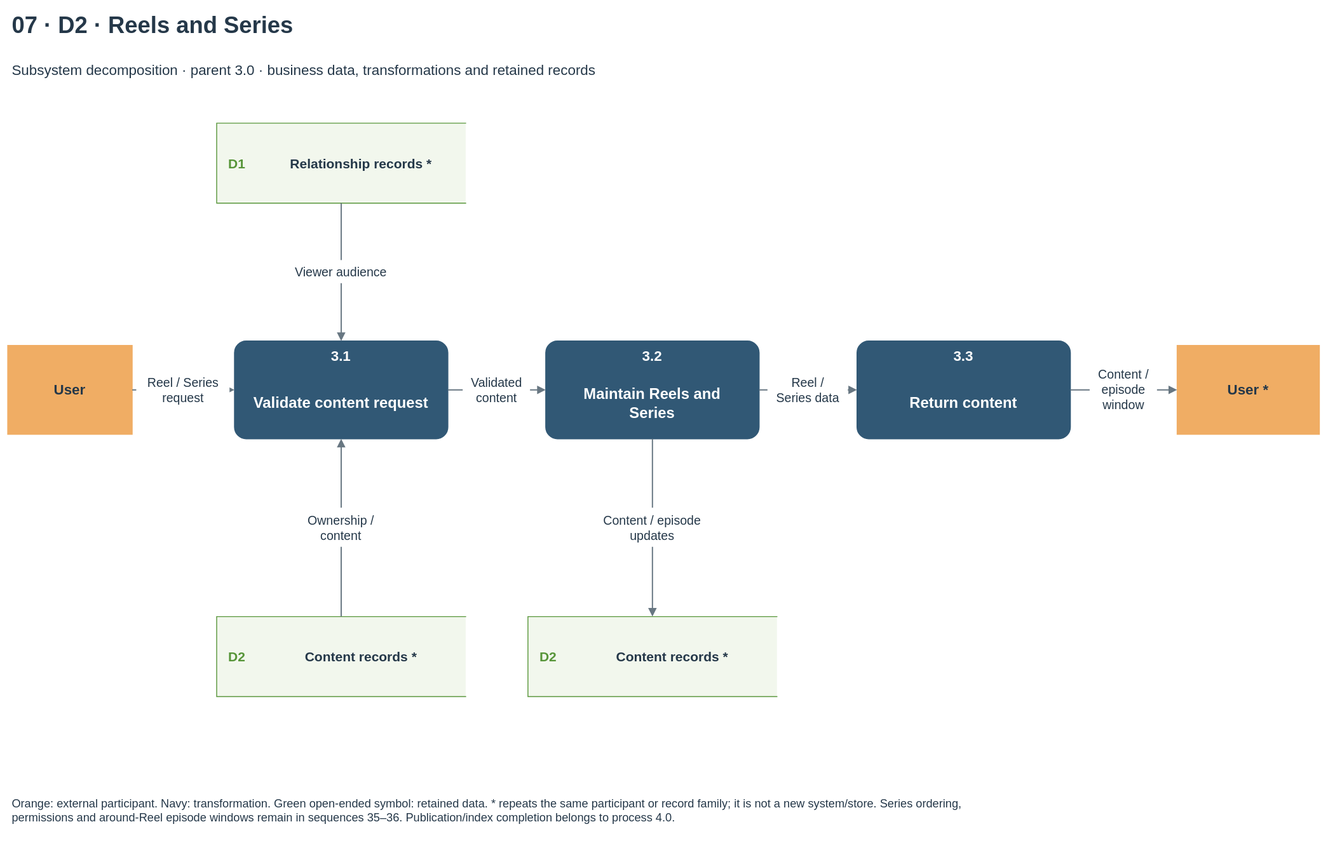
Before: docs/diagrams/velora-current/importable-svg/07-dfd-content.drawio.svg, a diagram exported from draw.io (HieuCuteDangYeu/velora-backend). Source tidied: cells renumbered, new cells last; positions are measured from the earlier drawing's top-left corner, leaving out a move shared by most shapes.
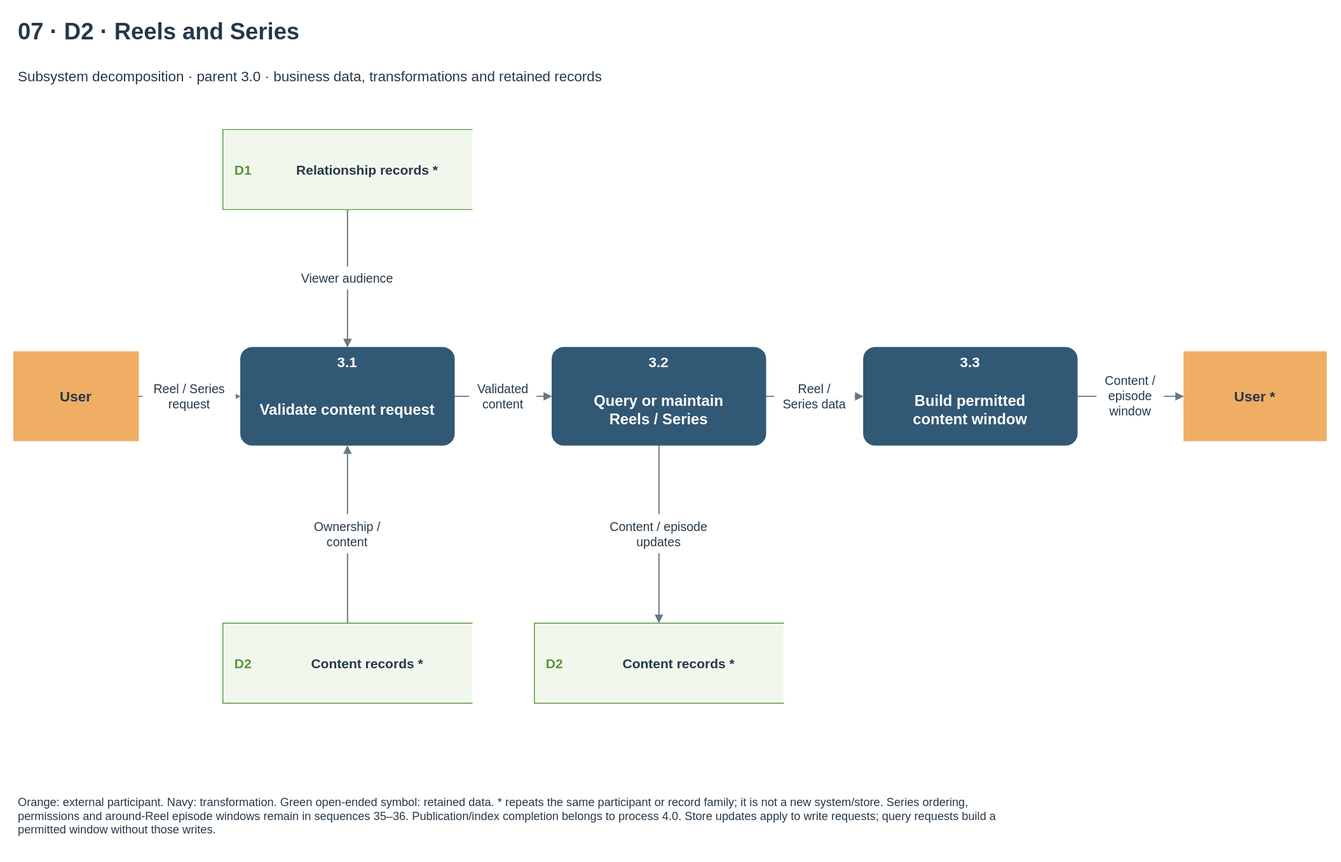
After the commit.

Diff of the diagram source:
```diff
@@ -23,7 +23,7 @@
     <mxCell id="8" value="3.2" style="text;html=1;whiteSpace=wrap;fontFamily=Arial;fontSize=16;fontColor=white;fontStyle=1;align=center;verticalAlign=middle;spacing=0;" parent="7" vertex="1">
       <mxGeometry x="5" y="4" width="230" height="25" as="geometry" />
     </mxCell>
-    <mxCell id="9" value="Maintain Reels and&lt;br&gt;Series" style="text;html=1;whiteSpace=wrap;fontFamily=Arial;fontSize=17;fontColor=white;fontStyle=1;align=center;verticalAlign=middle;spacing=0;" parent="7" vertex="1">
+    <mxCell id="9" value="Query or maintain&lt;br&gt;Reels / Series" style="text;html=1;whiteSpace=wrap;fontFamily=Arial;fontSize=17;fontColor=white;fontStyle=1;align=center;verticalAlign=middle;spacing=0;" parent="7" vertex="1">
       <mxGeometry x="8" y="36" width="224" height="70" as="geometry" />
     </mxCell>
     <mxCell id="10" style="rounded=1;arcSize=12;fillColor=#315875;strokeColor=#315875;dashed=0;whiteSpace=wrap;" parent="1" vertex="1">
@@ -32,7 +32,7 @@
     <mxCell id="11" value="3.3" style="text;html=1;whiteSpace=wrap;fontFamily=Arial;fontSize=16;fontColor=white;fontStyle=1;align=center;verticalAlign=middle;spacing=0;" parent="10" vertex="1">
       <mxGeometry x="5" y="4" width="230" height="25" as="geometry" />
     </mxCell>
-    <mxCell id="12" value="Return content" style="text;html=1;whiteSpace=wrap;fontFamily=Arial;fontSize=17;fontColor=white;fontStyle=1;align=center;verticalAlign=middle;spacing=0;" parent="10" vertex="1">
+    <mxCell id="12" value="Build permitted&lt;br&gt;content window" style="text;html=1;whiteSpace=wrap;fontFamily=Arial;fontSize=17;fontColor=white;fontStyle=1;align=center;verticalAlign=middle;spacing=0;" parent="10" vertex="1">
       <mxGeometry x="8" y="36" width="224" height="70" as="geometry" />
     </mxCell>
     <mxCell id="13" style="rounded=0;arcSize=12;fillColor=#f0ad64;strokeColor=#f0ad64;dashed=0;whiteSpace=wrap;" parent="1" vertex="1">
@@ -137,8 +137,8 @@
     <mxCell id="46" value="Content / episode&lt;br&gt;updates" style="text;html=1;whiteSpace=wrap;fontFamily=Arial;fontSize=14;fontColor=#253849;fontStyle=0;align=center;verticalAlign=middle;spacing=0;" parent="1" vertex="1">
       <mxGeometry x="658" y="563" width="134.1" height="44" as="geometry" />
     </mxCell>
-    <mxCell id="47" value="Orange: external participant. Navy: transformation. Green open-ended symbol: retained data. * repeats the same participant or record family; it is not a new system/store. Series ordering,&lt;br&gt;permissions and around-Reel episode windows remain in sequences 35–36. Publication/index completion belongs to process 4.0." style="text;html=1;whiteSpace=wrap;fontFamily=Arial;fontSize=13;fontColor=#253849;fontStyle=0;align=left;verticalAlign=middle;spacing=0;" parent="1" vertex="1">
-      <mxGeometry x="5" y="865" width="1460" height="75" as="geometry" />
+    <mxCell id="47" value="Orange: external participant. Navy: transformation. Green open-ended symbol: retained data. * repeats the same participant or record family; it is not a new system/store. Series ordering,&lt;br&gt;permissions and around-Reel episode windows remain in sequences 35–36. Publication/index completion belongs to process 4.0. Store updates apply to write requests; query requests build a&lt;br&gt;permitted window without those writes." style="text;html=1;whiteSpace=wrap;fontFamily=Arial;fontSize=13;fontColor=#253849;fontStyle=0;align=left;verticalAlign=middle;spacing=0;" parent="1" vertex="1">
+      <mxGeometry x="5" y="865" width="1460" height="74" as="geometry" />
     </mxCell>
   </root>
 </mxGraphModel>
```
